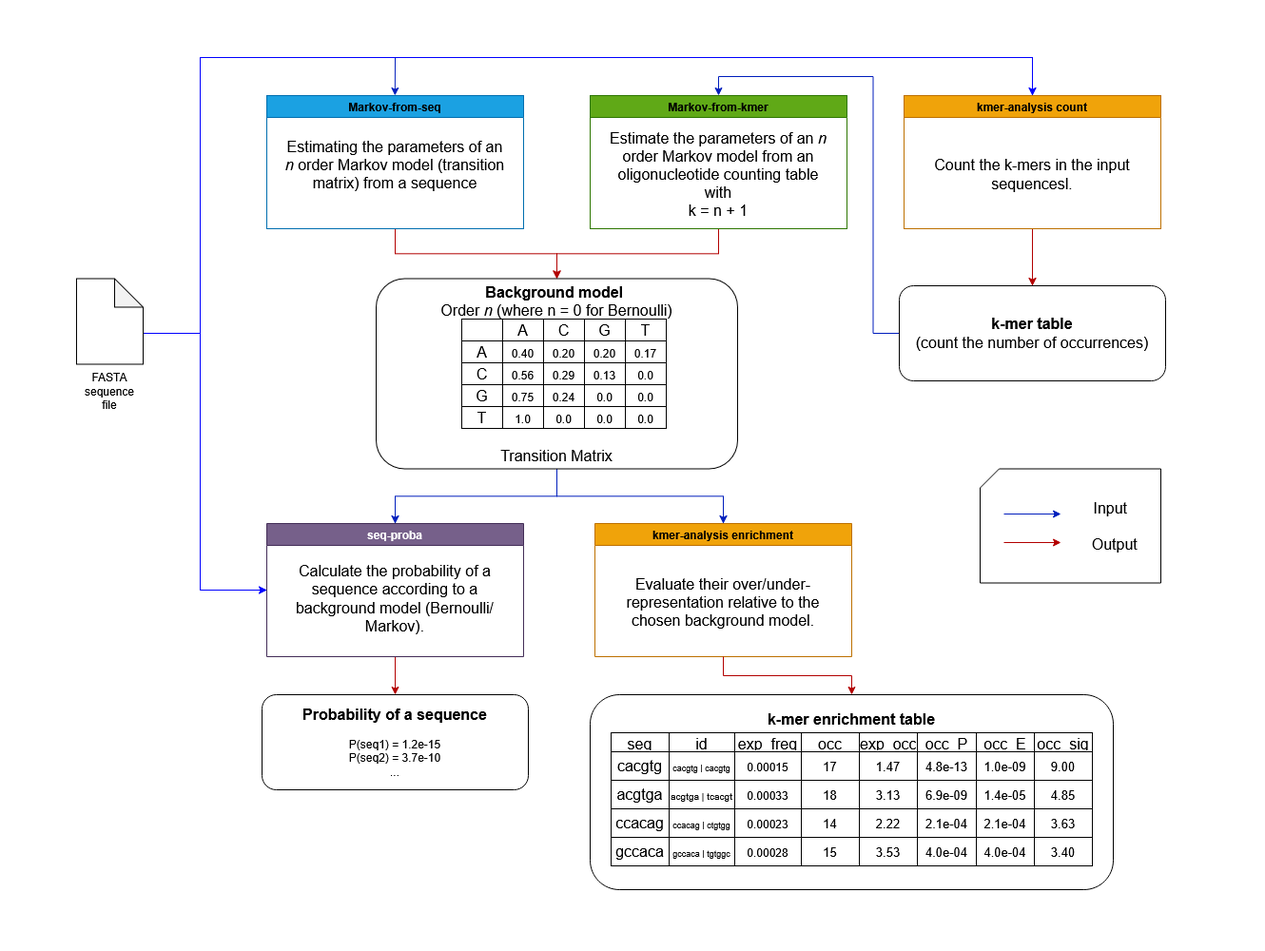
The draw.io diagram pipeline_workflow_Eng2.png in frey-tns/DNA-kmer-analysis, before a commit. Source tidied: cells renumbered, new cells last; positions are measured from the earlier drawing's top-left corner, leaving out a move shared by most shapes.
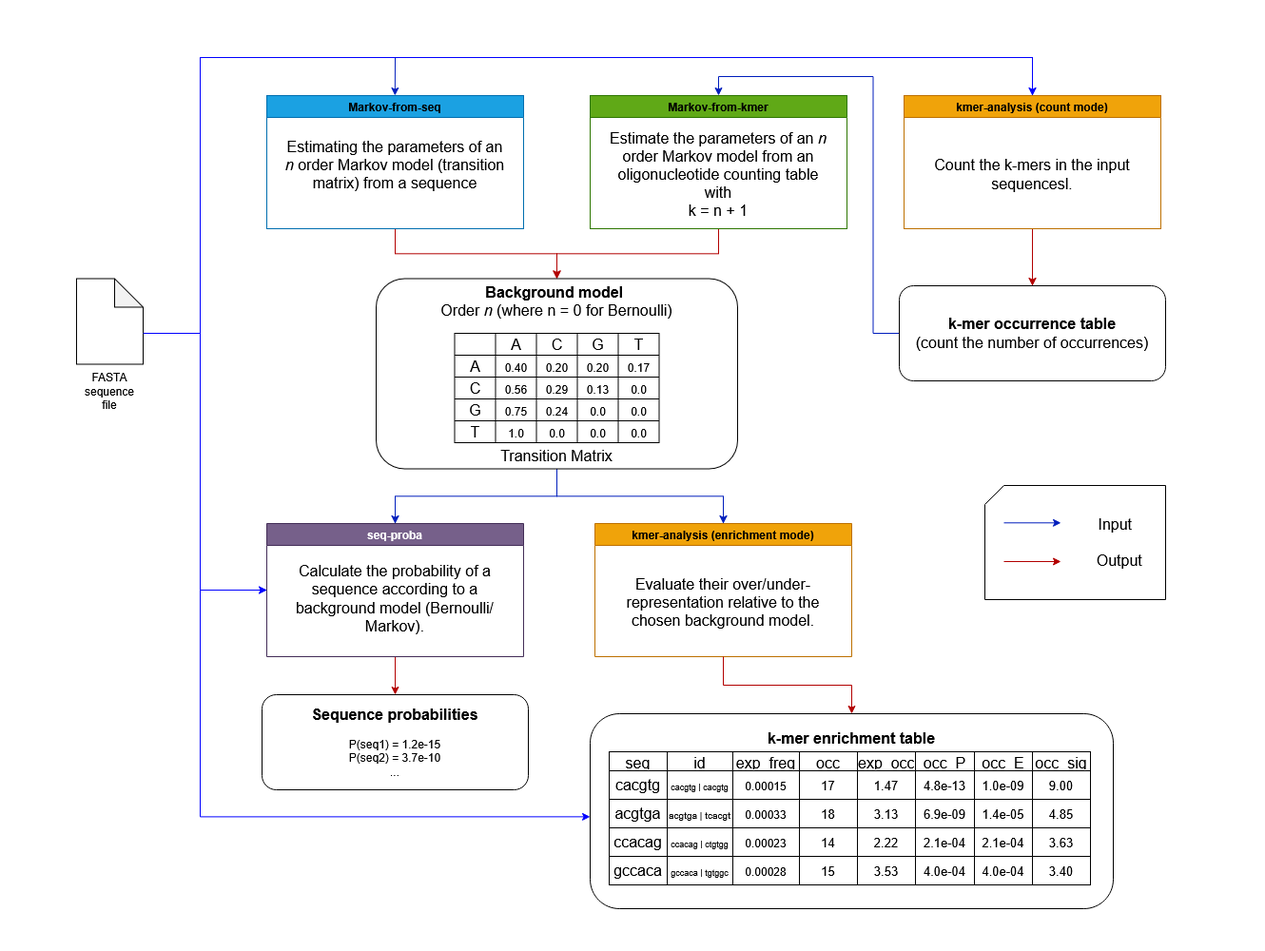
After the commit.

Commit message:
Fix pipeline workflow graph

The edit, as a diff of the source:
```diff
@@ -48,7 +48,7 @@
     <mxCell id="12" style="edgeStyle=orthogonalEdgeStyle;rounded=0;jettySize=auto;html=1;strokeColor=#B20000;fillColor=#e51400;" parent="1" edge="1" source="13" target="50">
       <mxGeometry relative="1" as="geometry" />
     </mxCell>
-    <mxCell id="13" value="&lt;span style=&quot;color: light-dark(rgb(0, 0, 0), rgb(0, 0, 0));&quot;&gt;kmer-analysis&lt;/span&gt;&amp;nbsp;count" style="swimlane;whiteSpace=wrap;html=1;fillColor=#f0a30a;fontColor=#000000;strokeColor=#BD7000;swimlaneFillColor=default;labelBackgroundColor=none;" parent="1" vertex="1">
+    <mxCell id="13" value="&lt;span style=&quot;color: light-dark(rgb(0, 0, 0), rgb(0, 0, 0));&quot;&gt;kmer-analysis&lt;/span&gt;&amp;nbsp;(count mode)" style="swimlane;whiteSpace=wrap;html=1;fillColor=#f0a30a;fontColor=#000000;strokeColor=#BD7000;swimlaneFillColor=default;labelBackgroundColor=none;" parent="1" vertex="1">
       <mxGeometry x="950" y="100" width="270" height="140" as="geometry" />
     </mxCell>
     <mxCell id="14" value="&lt;font style=&quot;font-size: 16px;&quot;&gt;Count the k-mers in the input sequencesl.&lt;/font&gt;" style="text;html=1;whiteSpace=wrap;strokeColor=none;fillColor=none;align=center;verticalAlign=middle;rounded=0;" parent="13" vertex="1">
@@ -64,7 +64,7 @@
       <mxGeometry x="395" y="292.5" width="380" height="200" as="geometry" />
     </mxCell>
     <mxCell id="18" style="shape=table;startSize=0;fontSize=16;" parent="1" vertex="1">
-      <mxGeometry x="485" y="335" width="215" height="115" as="geometry" />
+      <mxGeometry x="477.5" y="350" width="215" height="115" as="geometry" />
     </mxCell>
     <mxCell id="19" style="shape=tableRow;horizontal=0;startSize=0;swimlaneHead=0;swimlaneBody=0;strokeColor=inherit;top=0;left=0;bottom=0;right=0;fillColor=none;fontSize=16;" parent="18" vertex="1">
       <mxGeometry width="215" height="23" as="geometry" />
@@ -159,7 +159,7 @@
     <mxCell id="49" style="edgeStyle=orthogonalEdgeStyle;rounded=0;jettySize=auto;html=1;entryX=0.5;entryY=0;entryDx=0;entryDy=0;strokeColor=#001DBC;fillColor=#0050ef;" parent="1" edge="1" source="50" target="10">
       <mxGeometry relative="1" as="geometry" />
     </mxCell>
-    <mxCell id="50" value="&lt;font style=&quot;font-size: 16px;&quot;&gt;&lt;b&gt;k-mer table&lt;/b&gt;&lt;br&gt;(count the number of occurrences)&lt;/font&gt;" style="rounded=1;whiteSpace=wrap;html=1;" parent="1" vertex="1">
+    <mxCell id="50" value="&lt;font style=&quot;font-size: 16px;&quot;&gt;&lt;b&gt;k-mer occurrence table&lt;/b&gt;&lt;br&gt;(count the number of occurrences)&lt;/font&gt;" style="rounded=1;whiteSpace=wrap;html=1;" parent="1" vertex="1">
       <mxGeometry x="945" y="300" width="280" height="100" as="geometry" />
     </mxCell>
     <mxCell id="51" style="edgeStyle=orthogonalEdgeStyle;rounded=0;jettySize=auto;html=1;entryX=0.5;entryY=0;entryDx=0;entryDy=0;strokeColor=#B20000;fillColor=#e51400;" parent="1" edge="1" source="52" target="54">
@@ -171,14 +171,14 @@
     <mxCell id="53" value="&lt;font style=&quot;font-size: 16px;&quot;&gt;Calculate the probability of a sequence according to a background model (Bernoulli/Markov).&lt;/font&gt;" style="text;html=1;whiteSpace=wrap;strokeColor=none;fillColor=none;align=center;verticalAlign=middle;rounded=0;" parent="52" vertex="1">
       <mxGeometry x="15" y="46" width="240" height="65" as="geometry" />
     </mxCell>
-    <mxCell id="54" value="&lt;div&gt;&lt;font style=&quot;font-size: 16px;&quot;&gt;&lt;b&gt;Probability of a sequence&lt;/b&gt;&lt;/font&gt;&lt;/div&gt;&lt;div&gt;&lt;br&gt;&lt;/div&gt;&lt;div&gt;P(seq1) = 1.2e-15&lt;/div&gt;&lt;div&gt;P(seq2) = 3.7e-10&lt;/div&gt;&lt;div&gt;...&lt;/div&gt;" style="rounded=1;whiteSpace=wrap;html=1;" parent="1" vertex="1">
+    <mxCell id="54" value="&lt;div&gt;&lt;font style=&quot;font-size: 16px;&quot;&gt;&lt;b&gt;Sequence probabilities&lt;/b&gt;&lt;/font&gt;&lt;/div&gt;&lt;div&gt;&lt;br&gt;&lt;/div&gt;&lt;div&gt;P(seq1) = 1.2e-15&lt;/div&gt;&lt;div&gt;P(seq2) = 3.7e-10&lt;/div&gt;&lt;div&gt;...&lt;/div&gt;" style="rounded=1;whiteSpace=wrap;html=1;" parent="1" vertex="1">
       <mxGeometry x="275" y="730" width="280" height="100" as="geometry" />
     </mxCell>
     <mxCell id="55" value="&lt;div&gt;&lt;font style=&quot;font-size: 16px;&quot;&gt;&lt;b&gt;k-mer enrichment table&lt;/b&gt;&lt;/font&gt;&lt;/div&gt;&lt;div&gt;&lt;font style=&quot;font-size: 16px;&quot;&gt;&lt;b&gt;&lt;font&gt;&lt;br&gt;&lt;/font&gt;&lt;/b&gt;&lt;/font&gt;&lt;/div&gt;&lt;div&gt;&lt;font style=&quot;font-size: 16px;&quot;&gt;&lt;b&gt;&lt;font&gt;&lt;br&gt;&lt;/font&gt;&lt;/b&gt;&lt;/font&gt;&lt;/div&gt;&lt;div&gt;&lt;font style=&quot;font-size: 16px;&quot;&gt;&lt;b&gt;&lt;font&gt;&lt;br&gt;&lt;/font&gt;&lt;/b&gt;&lt;/font&gt;&lt;/div&gt;&lt;div&gt;&lt;font style=&quot;font-size: 16px;&quot;&gt;&lt;b&gt;&lt;font&gt;&lt;br&gt;&lt;/font&gt;&lt;/b&gt;&lt;/font&gt;&lt;/div&gt;&lt;div&gt;&lt;font style=&quot;font-size: 16px;&quot;&gt;&lt;b&gt;&lt;font&gt;&lt;br&gt;&lt;/font&gt;&lt;/b&gt;&lt;/font&gt;&lt;/div&gt;&lt;div&gt;&lt;font style=&quot;font-size: 16px;&quot;&gt;&lt;b&gt;&lt;font&gt;&lt;br&gt;&lt;/font&gt;&lt;/b&gt;&lt;/font&gt;&lt;/div&gt;&lt;div&gt;&lt;font style=&quot;font-size: 16px;&quot;&gt;&lt;b&gt;&lt;font&gt;&lt;br&gt;&lt;/font&gt;&lt;/b&gt;&lt;/font&gt;&lt;/div&gt;&lt;div&gt;&lt;font style=&quot;font-size: 16px;&quot;&gt;&lt;b&gt;&lt;font&gt;&lt;br&gt;&lt;/font&gt;&lt;/b&gt;&lt;/font&gt;&lt;/div&gt;" style="rounded=1;whiteSpace=wrap;html=1;" parent="1" vertex="1">
-      <mxGeometry x="620" y="730" width="550" height="205" as="geometry" />
+      <mxGeometry x="620" y="750" width="550" height="205" as="geometry" />
     </mxCell>
     <mxCell id="56" style="shape=table;startSize=0;fontSize=16;" parent="1" vertex="1">
-      <mxGeometry x="642" y="770" width="506" height="140" as="geometry" />
+      <mxGeometry x="640" y="790" width="506" height="140" as="geometry" />
     </mxCell>
     <mxCell id="57" style="shape=tableRow;horizontal=0;startSize=0;swimlaneHead=0;swimlaneBody=0;strokeColor=inherit;top=0;left=0;bottom=0;right=0;fillColor=none;fontSize=16;" parent="56" vertex="1">
       <mxGeometry width="506" height="20" as="geometry" />
@@ -322,21 +322,21 @@
       </mxGeometry>
     </mxCell>
     <mxCell id="103" value="&lt;div&gt;&lt;font style=&quot;font-size: 16px;&quot;&gt;&lt;br&gt;&lt;/font&gt;&lt;/div&gt;&lt;div&gt;&lt;font style=&quot;font-size: 16px;&quot;&gt;&amp;nbsp; &amp;nbsp; &amp;nbsp; &amp;nbsp; &amp;nbsp; &amp;nbsp; &amp;nbsp; &amp;nbsp; &amp;nbsp; &amp;nbsp;Input&lt;/font&gt;&lt;/div&gt;&lt;div&gt;&lt;font style=&quot;font-size: 16px;&quot;&gt;&lt;br&gt;&lt;/font&gt;&lt;/div&gt;&lt;div&gt;&lt;font style=&quot;font-size: 16px;&quot;&gt;&amp;nbsp; &amp;nbsp; &amp;nbsp; &amp;nbsp; &amp;nbsp; &amp;nbsp; &amp;nbsp; &amp;nbsp; &amp;nbsp; &amp;nbsp; &amp;nbsp;Output&lt;/font&gt;&lt;/div&gt;&lt;div&gt;&lt;font style=&quot;font-size: 16px;&quot;&gt;&lt;br&gt;&lt;/font&gt;&lt;/div&gt;" style="verticalLabelPosition=middle;verticalAlign=middle;html=1;shape=card;whiteSpace=wrap;size=20;arcSize=12;labelPosition=center;align=center;" parent="1" vertex="1">
-      <mxGeometry x="1030" y="492.5" width="190" height="120" as="geometry" />
+      <mxGeometry x="1035" y="510" width="190" height="120" as="geometry" />
     </mxCell>
     <mxCell id="104" style="endArrow=classic;html=1;rounded=0;strokeColor=#001DBC;fillColor=#0050ef;" parent="1" edge="1">
       <mxGeometry relative="1" as="geometry">
-        <mxPoint x="1055" y="540" as="sourcePoint" />
-        <mxPoint x="1115" y="540" as="targetPoint" />
+        <mxPoint x="1055" y="549.3" as="sourcePoint" />
+        <mxPoint x="1115" y="549.3" as="targetPoint" />
       </mxGeometry>
     </mxCell>
     <mxCell id="105" style="endArrow=classic;html=1;rounded=0;strokeColor=#B20000;fillColor=#e51400;" parent="1" edge="1">
       <mxGeometry relative="1" as="geometry">
-        <mxPoint x="1055" y="570" as="sourcePoint" />
-        <mxPoint x="1115" y="570" as="targetPoint" />
+        <mxPoint x="1055" y="590" as="sourcePoint" />
+        <mxPoint x="1115" y="590" as="targetPoint" />
       </mxGeometry>
     </mxCell>
-    <mxCell id="106" value="&lt;span style=&quot;color: light-dark(rgb(0, 0, 0), rgb(0, 0, 0));&quot;&gt;kmer-analysis&lt;/span&gt;&amp;nbsp;enrichment" style="swimlane;whiteSpace=wrap;html=1;fillColor=#f0a30a;fontColor=#000000;strokeColor=#BD7000;swimlaneFillColor=default;labelBackgroundColor=none;" parent="1" vertex="1">
+    <mxCell id="106" value="&lt;span style=&quot;color: light-dark(rgb(0, 0, 0), rgb(0, 0, 0));&quot;&gt;kmer-analysis&lt;/span&gt;&amp;nbsp;(enrichment mode)" style="swimlane;whiteSpace=wrap;html=1;fillColor=#f0a30a;fontColor=#000000;strokeColor=#BD7000;swimlaneFillColor=default;labelBackgroundColor=none;" parent="1" vertex="1">
       <mxGeometry x="625" y="550" width="270" height="140" as="geometry" />
     </mxCell>
     <mxCell id="107" value="&lt;font style=&quot;font-size: 16px;&quot;&gt;Evaluate their over/under-representation relative to the chosen background model.&lt;/font&gt;" style="text;html=1;whiteSpace=wrap;strokeColor=none;fillColor=none;align=center;verticalAlign=middle;rounded=0;" parent="106" vertex="1">
@@ -345,5 +345,16 @@
     <mxCell id="108" style="edgeStyle=orthogonalEdgeStyle;rounded=0;jettySize=auto;html=1;exitX=0.5;exitY=1;exitDx=0;exitDy=0;entryX=0.5;entryY=0;entryDx=0;entryDy=0;strokeColor=#B20000;" parent="1" edge="1" source="106" target="55">
       <mxGeometry relative="1" as="geometry" />
     </mxCell>
+    <mxCell id="109" style="edgeStyle=orthogonalEdgeStyle;rounded=0;orthogonalLoop=1;jettySize=auto;html=1;entryX=0;entryY=0.606;entryDx=0;entryDy=0;entryPerimeter=0;strokeColor=#0000FF;" parent="1" edge="1">
+      <mxGeometry relative="1" as="geometry">
+        <mxPoint x="150" y="350" as="sourcePoint" />
+        <mxPoint x="620" y="858.4" as="targetPoint" />
+        <Array as="points">
+          <mxPoint x="150" y="350" />
+          <mxPoint x="210" y="350" />
+          <mxPoint x="210" y="858" />
+        </Array>
+      </mxGeometry>
+    </mxCell>
   </root>
 </mxGraphModel>
```
